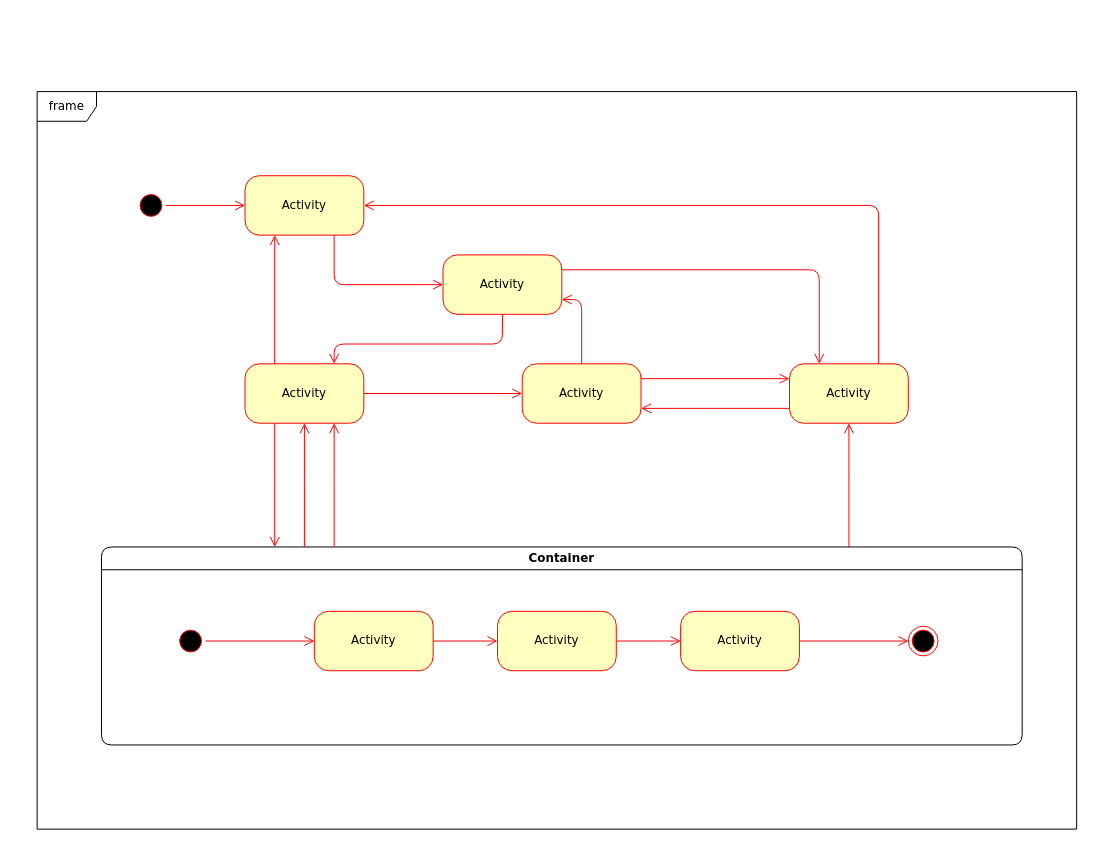
Earlier version of the draw.io diagram State transition diagram.drawio (Vaikulkarni/Rich-text-Editor). Source tidied: cells renumbered, new cells numbered last; positions are measured from the earlier drawing's top-left corner, leaving out a move shared by most shapes. Both pictures are drawn from the tidied source at 99%, with x=0, y=0 at pixel (37, 91).
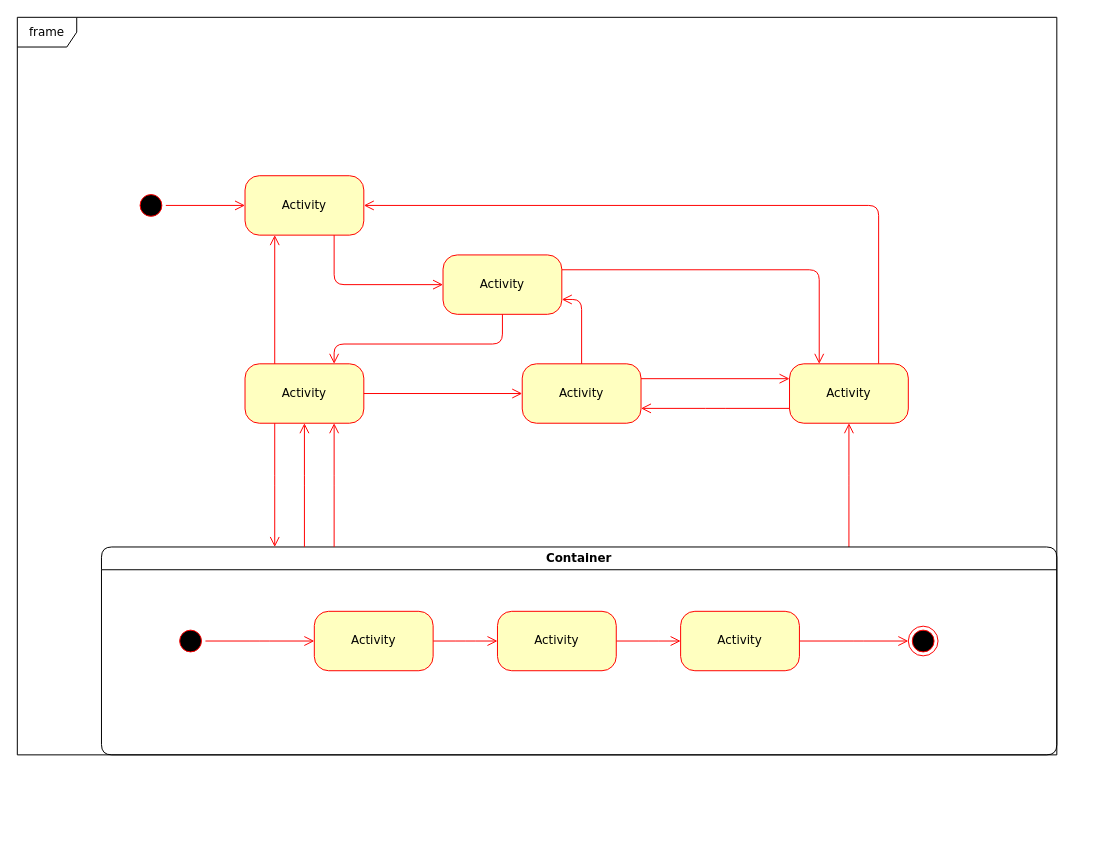
After the change.

The edit, as a diff of the source:
```diff
@@
     <mxCell id="12" value="Container" style="swimlane;whiteSpace=wrap;html=1;rounded=1;shadow=0;comic=0;labelBackgroundColor=none;strokeWidth=1;fontFamily=Verdana;fontSize=12;align=center;" parent="1" vertex="1">
-      <mxGeometry x="65" y="460" width="930" height="200" as="geometry" />
+      <mxGeometry x="65" y="460" width="965" height="210" as="geometry" />
     </mxCell>
@@
-    <mxCell id="22" value="frame" style="shape=umlFrame;whiteSpace=wrap;html=1;rounded=1;shadow=0;comic=0;labelBackgroundColor=none;strokeWidth=1;fontFamily=Verdana;fontSize=12;align=center;" parent="1" vertex="1">
-      <mxGeometry width="1050" height="745" as="geometry" />
+    <mxCell id="22" value="frame" style="shape=umlFrame;whiteSpace=wrap;html=1;rounded=1;shadow=0;comic=0;labelBackgroundColor=none;strokeWidth=1;fontFamily=Verdana;fontSize=12;align=center;" parent="12" vertex="1">
+      <mxGeometry x="-85" y="-535" width="1050" height="745" as="geometry" />
     </mxCell>
```
